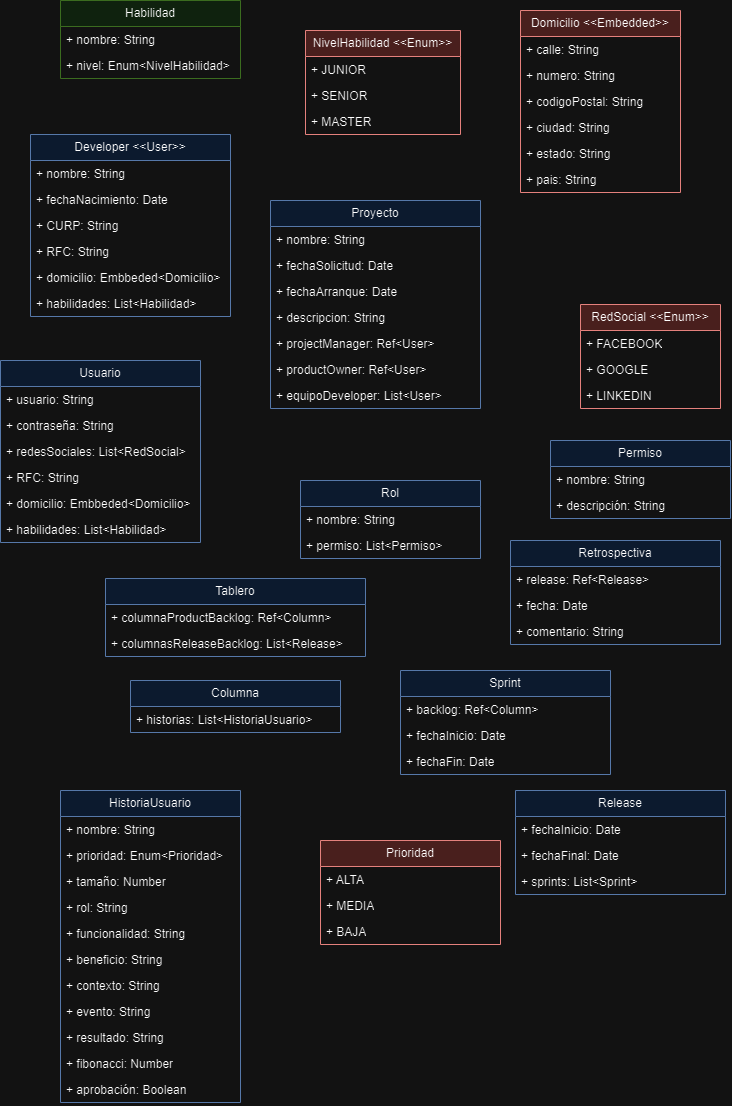
The draw.io diagram images/diagramadeclases.png in andrea441/proyecto-reto, before a commit. Source tidied: cells renumbered, new cells last; positions are measured from the earlier drawing's top-left corner, leaving out a move shared by most shapes.
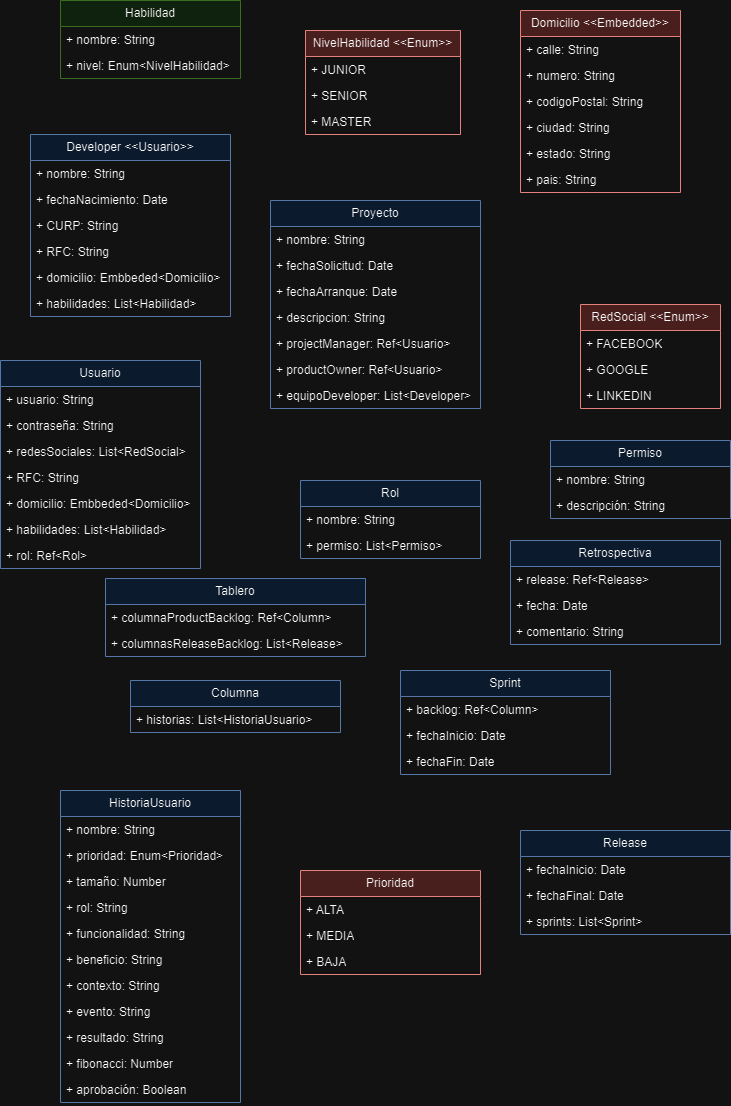
The same diagram one commit later.

The edit, as a diff of the source:
```diff
@@ -17,16 +17,16 @@
     <mxCell id="6" value="+ descripcion: String" style="text;strokeColor=none;fillColor=none;align=left;verticalAlign=top;spacingLeft=4;spacingRight=4;overflow=hidden;whiteSpace=wrap;html=1;" parent="2" vertex="1">
       <mxGeometry y="104" width="210" height="26" as="geometry" />
     </mxCell>
-    <mxCell id="7" value="+ projectManager: Ref&amp;lt;User&amp;gt;" style="text;strokeColor=none;fillColor=none;align=left;verticalAlign=top;spacingLeft=4;spacingRight=4;overflow=hidden;whiteSpace=wrap;html=1;" parent="2" vertex="1">
+    <mxCell id="7" value="+ projectManager: Ref&amp;lt;Usuario&amp;gt;" style="text;strokeColor=none;fillColor=none;align=left;verticalAlign=top;spacingLeft=4;spacingRight=4;overflow=hidden;whiteSpace=wrap;html=1;" parent="2" vertex="1">
       <mxGeometry y="130" width="210" height="26" as="geometry" />
     </mxCell>
-    <mxCell id="8" value="+ productOwner&lt;span style=&quot;background-color: initial;&quot;&gt;: Ref&amp;lt;User&amp;gt;&lt;/span&gt;" style="text;strokeColor=none;fillColor=none;align=left;verticalAlign=top;spacingLeft=4;spacingRight=4;overflow=hidden;whiteSpace=wrap;html=1;" parent="2" vertex="1">
+    <mxCell id="8" value="+ productOwner&lt;span style=&quot;background-color: initial;&quot;&gt;: Ref&amp;lt;Usuario&amp;gt;&lt;/span&gt;" style="text;strokeColor=none;fillColor=none;align=left;verticalAlign=top;spacingLeft=4;spacingRight=4;overflow=hidden;whiteSpace=wrap;html=1;" parent="2" vertex="1">
       <mxGeometry y="156" width="210" height="26" as="geometry" />
     </mxCell>
-    <mxCell id="9" value="+ equipoDeveloper: List&amp;lt;User&amp;gt;" style="text;strokeColor=none;fillColor=none;align=left;verticalAlign=top;spacingLeft=4;spacingRight=4;overflow=hidden;whiteSpace=wrap;html=1;" parent="2" vertex="1">
+    <mxCell id="9" value="+ equipoDeveloper: List&amp;lt;Developer&amp;gt;" style="text;strokeColor=none;fillColor=none;align=left;verticalAlign=top;spacingLeft=4;spacingRight=4;overflow=hidden;whiteSpace=wrap;html=1;" parent="2" vertex="1">
       <mxGeometry y="182" width="210" height="26" as="geometry" />
     </mxCell>
-    <mxCell id="10" value="Developer &amp;lt;&amp;lt;User&amp;gt;&amp;gt;" style="swimlane;fontStyle=0;horizontal=1;startSize=26;fillColor=#dae8fc;whiteSpace=wrap;html=1;strokeColor=#6c8ebf;" parent="1" vertex="1">
+    <mxCell id="10" value="Developer &amp;lt;&amp;lt;Usuario&amp;gt;&amp;gt;" style="swimlane;fontStyle=0;horizontal=1;startSize=26;fillColor=#dae8fc;whiteSpace=wrap;html=1;strokeColor=#6c8ebf;" parent="1" vertex="1">
       <mxGeometry x="30" y="134" width="200" height="182" as="geometry" />
     </mxCell>
     <mxCell id="11" value="+ nombre: String" style="text;strokeColor=none;fillColor=none;align=left;verticalAlign=top;spacingLeft=4;spacingRight=4;overflow=hidden;whiteSpace=wrap;html=1;" parent="10" vertex="1">
@@ -90,7 +90,7 @@
       <mxGeometry y="52" width="180" height="26" as="geometry" />
     </mxCell>
     <mxCell id="31" value="Usuario" style="swimlane;fontStyle=0;horizontal=1;startSize=26;fillColor=#dae8fc;whiteSpace=wrap;html=1;strokeColor=#6c8ebf;" parent="1" vertex="1">
-      <mxGeometry y="360" width="200" height="182" as="geometry" />
+      <mxGeometry y="360" width="200" height="208" as="geometry" />
     </mxCell>
     <mxCell id="32" value="+ usuario: String" style="text;strokeColor=none;fillColor=none;align=left;verticalAlign=top;spacingLeft=4;spacingRight=4;overflow=hidden;whiteSpace=wrap;html=1;" parent="31" vertex="1">
       <mxGeometry y="26" width="200" height="26" as="geometry" />
@@ -110,6 +110,9 @@
     <mxCell id="37" value="+ habilidades: List&amp;lt;Habilidad&amp;gt;" style="text;strokeColor=none;fillColor=none;align=left;verticalAlign=top;spacingLeft=4;spacingRight=4;overflow=hidden;whiteSpace=wrap;html=1;" parent="31" vertex="1">
       <mxGeometry y="156" width="200" height="26" as="geometry" />
     </mxCell>
+    <mxCell id="81" value="+ rol: Ref&amp;lt;Rol&amp;gt;" style="text;strokeColor=none;fillColor=none;align=left;verticalAlign=top;spacingLeft=4;spacingRight=4;overflow=hidden;whiteSpace=wrap;html=1;" parent="31" vertex="1">
+      <mxGeometry y="182" width="200" height="26" as="geometry" />
+    </mxCell>
     <mxCell id="38" value="RedSocial &amp;lt;&amp;lt;Enum&amp;gt;&amp;gt;" style="swimlane;fontStyle=0;horizontal=1;startSize=26;fillColor=#f8cecc;whiteSpace=wrap;html=1;strokeColor=#b85450;" parent="1" vertex="1">
       <mxGeometry x="580" y="304" width="140" height="104" as="geometry" />
     </mxCell>
@@ -177,7 +180,7 @@
       <mxGeometry y="286" width="180" height="26" as="geometry" />
     </mxCell>
     <mxCell id="60" value="Prioridad" style="swimlane;fontStyle=0;horizontal=1;startSize=26;fillColor=#f8cecc;whiteSpace=wrap;html=1;strokeColor=#b85450;" parent="1" vertex="1">
-      <mxGeometry x="320" y="840" width="180" height="104" as="geometry" />
+      <mxGeometry x="300" y="870" width="180" height="104" as="geometry" />
     </mxCell>
     <mxCell id="61" value="+ ALTA" style="text;strokeColor=none;fillColor=none;align=left;verticalAlign=top;spacingLeft=4;spacingRight=4;overflow=hidden;whiteSpace=wrap;html=1;" parent="60" vertex="1">
       <mxGeometry y="26" width="180" height="26" as="geometry" />
@@ -207,7 +210,7 @@
       <mxGeometry y="78" width="210" height="26" as="geometry" />
     </mxCell>
     <mxCell id="70" value="Release" style="swimlane;fontStyle=0;horizontal=1;startSize=26;fillColor=#dae8fc;whiteSpace=wrap;html=1;strokeColor=#6c8ebf;" parent="1" vertex="1">
-      <mxGeometry x="515" y="790" width="210" height="104" as="geometry" />
+      <mxGeometry x="520" y="830" width="210" height="104" as="geometry" />
     </mxCell>
     <mxCell id="71" value="+ fechaInicio: Date" style="text;strokeColor=none;fillColor=none;align=left;verticalAlign=top;spacingLeft=4;spacingRight=4;overflow=hidden;whiteSpace=wrap;html=1;" parent="70" vertex="1">
       <mxGeometry y="26" width="210" height="26" as="geometry" />
```
